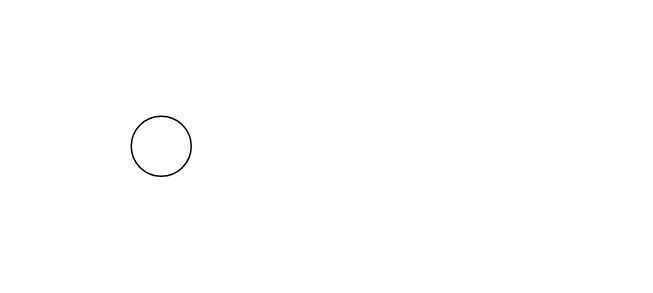
Earlier version of the draw.io diagram 状态轮转.drawio (hua66ForFreedom/JustForTest). Source tidied: cells renumbered, new cells numbered last; positions are measured from the earlier drawing's top-left corner, leaving out a move shared by most shapes. Both pictures are drawn from the tidied source at 150%, with x=0, y=0 at pixel (130, 116).
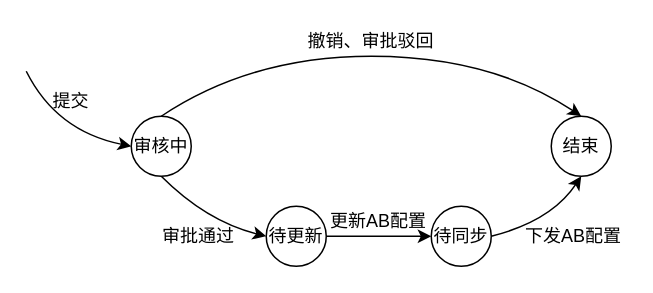
Above is the later version.

Diff of the diagram source:
```diff
@@
+    <mxCell id="3" style="jettySize=auto;html=1;entryX=0;entryY=0.5;entryDx=0;entryDy=0;curved=1;exitX=0.5;exitY=1;exitDx=0;exitDy=0;" parent="1" edge="1" source="2" target="6">
+      <mxGeometry relative="1" as="geometry">
+        <Array as="points">
+          <mxPoint x="50" y="70" />
+        </Array>
+      </mxGeometry>
+    </mxCell>
+    <mxCell id="4" style="jettySize=auto;html=1;exitX=0.5;exitY=0;exitDx=0;exitDy=0;entryX=0.5;entryY=0;entryDx=0;entryDy=0;curved=1;" parent="1" edge="1" source="2" target="11">
+      <mxGeometry relative="1" as="geometry">
+        <Array as="points">
+          <mxPoint x="80" y="-40" />
+          <mxPoint x="240" y="-40" />
+        </Array>
+      </mxGeometry>
+    </mxCell>
-    <mxCell id="2" style="ellipse;whiteSpace=wrap;html=1;" parent="1" vertex="1">
+    <mxCell id="2" value="审核中" style="ellipse;whiteSpace=wrap;html=1;" parent="1" vertex="1">
       <mxGeometry width="40" height="40" as="geometry" />
     </mxCell>
+    <mxCell id="5" style="edgeStyle=orthogonalEdgeStyle;rounded=0;jettySize=auto;html=1;exitX=1;exitY=0.5;exitDx=0;exitDy=0;entryX=0;entryY=0.5;entryDx=0;entryDy=0;" parent="1" edge="1" source="6" target="8">
+      <mxGeometry relative="1" as="geometry" />
+    </mxCell>
+    <mxCell id="6" value="待更新" style="ellipse;whiteSpace=wrap;html=1;" parent="1" vertex="1">
+      <mxGeometry x="90" y="60" width="40" height="40" as="geometry" />
+    </mxCell>
+    <mxCell id="7" style="jettySize=auto;html=1;exitX=1;exitY=0.5;exitDx=0;exitDy=0;entryX=0.5;entryY=1;entryDx=0;entryDy=0;curved=1;" parent="1" edge="1" source="8" target="11">
+      <mxGeometry relative="1" as="geometry">
+        <Array as="points">
+          <mxPoint x="280" y="70" />
+        </Array>
+      </mxGeometry>
+    </mxCell>
+    <mxCell id="8" value="&lt;span&gt;待同步&lt;/span&gt;" style="ellipse;whiteSpace=wrap;html=1;" parent="1" vertex="1">
+      <mxGeometry x="200" y="60" width="40" height="40" as="geometry" />
+    </mxCell>
+    <mxCell id="9" value="审批通过" style="text;html=1;strokeColor=none;fillColor=none;align=center;verticalAlign=middle;whiteSpace=wrap;rounded=0;" parent="1" vertex="1">
+      <mxGeometry x="10" y="70" width="70" height="20" as="geometry" />
+    </mxCell>
+    <mxCell id="10" value="更新AB配置" style="text;html=1;strokeColor=none;fillColor=none;align=center;verticalAlign=middle;whiteSpace=wrap;rounded=0;" parent="1" vertex="1">
+      <mxGeometry x="130" y="60" width="70" height="20" as="geometry" />
+    </mxCell>
+    <mxCell id="11" value="&lt;span&gt;结束&lt;/span&gt;" style="ellipse;whiteSpace=wrap;html=1;" parent="1" vertex="1">
+      <mxGeometry x="280" width="40" height="40" as="geometry" />
+    </mxCell>
+    <mxCell id="12" value="下发AB配置" style="text;html=1;strokeColor=none;fillColor=none;align=center;verticalAlign=middle;whiteSpace=wrap;rounded=0;" parent="1" vertex="1">
+      <mxGeometry x="260" y="70" width="70" height="20" as="geometry" />
+    </mxCell>
+    <mxCell id="13" value="撤销、审批驳回" style="text;html=1;strokeColor=none;fillColor=none;align=center;verticalAlign=middle;whiteSpace=wrap;rounded=0;" parent="1" vertex="1">
+      <mxGeometry x="90" y="-60" width="140" height="20" as="geometry" />
+    </mxCell>
+    <mxCell id="14" style="endArrow=classic;html=1;curved=1;entryX=0;entryY=0.5;entryDx=0;entryDy=0;" parent="1" edge="1" target="2">
+      <mxGeometry relative="1" as="geometry">
+        <mxPoint x="-70" y="-30" as="sourcePoint" />
+        <Array as="points">
+          <mxPoint x="-50" y="10" />
+        </Array>
+      </mxGeometry>
+    </mxCell>
+    <mxCell id="15" value="提交" style="text;html=1;strokeColor=none;fillColor=none;align=center;verticalAlign=middle;whiteSpace=wrap;rounded=0;" parent="1" vertex="1">
+      <mxGeometry x="-60" y="-20" width="40" height="20" as="geometry" />
+    </mxCell>
```
